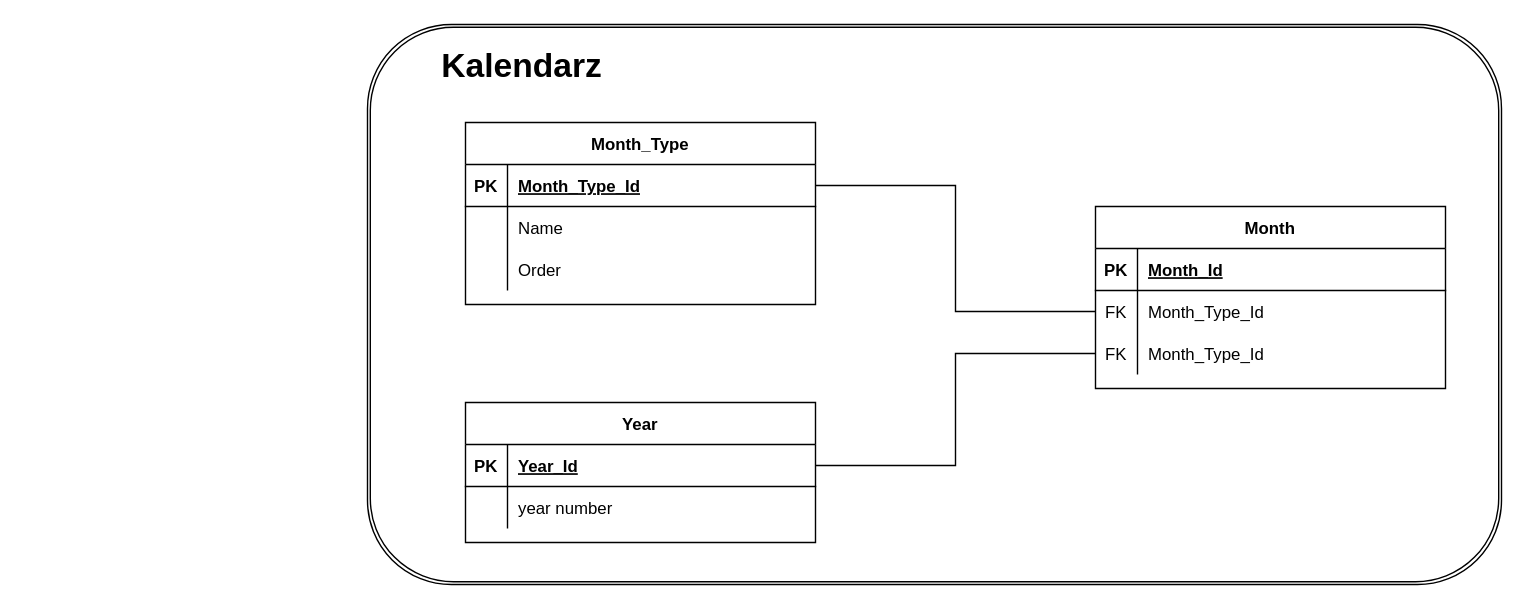
lacoste125/draws_io keeps this draw.io diagram as my_finances/Diagram bez tytułu.drawio. Above is the earlier version. Source tidied: cells renumbered, new cells numbered last; positions are measured from the earlier drawing's top-left corner, leaving out a move shared by most shapes. Both pictures are drawn from the tidied source at 140%, with x=0, y=0 at pixel (24, 24).
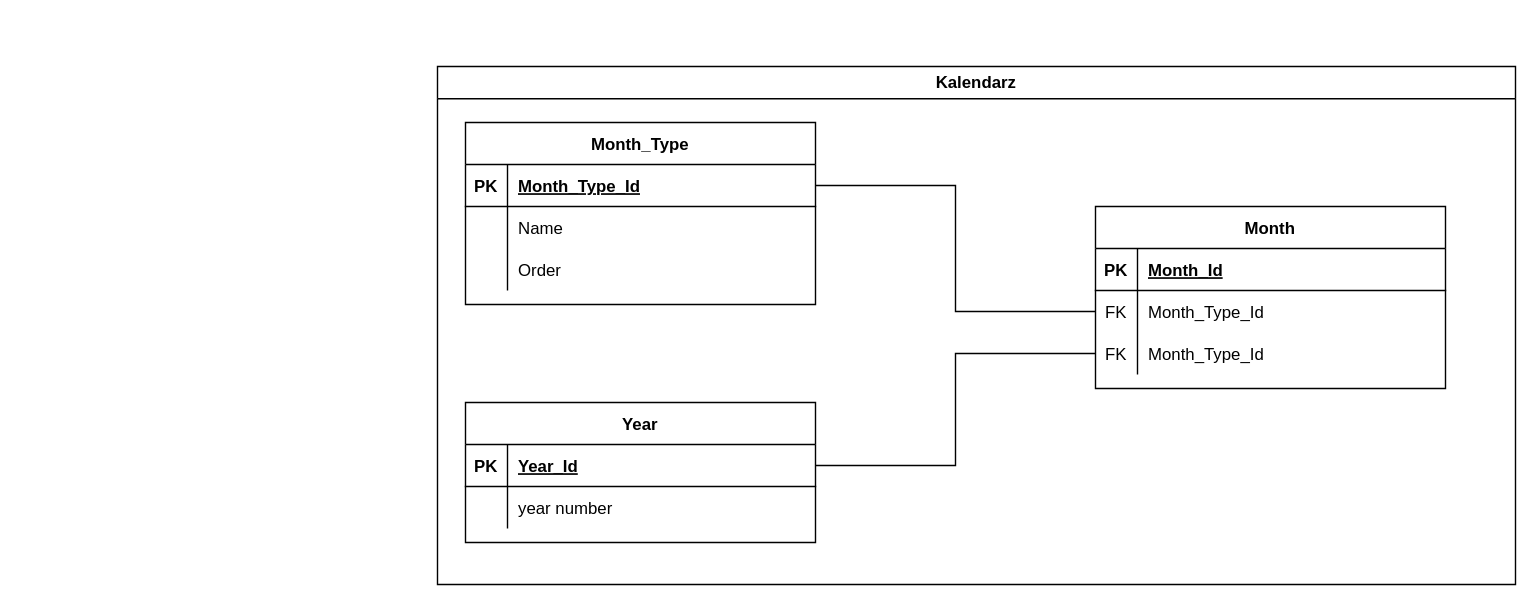
The same page after the edit.

Commit message:
Made 'kalendarz' category as Container

The edit, as a diff of the source:
```diff
@@
-    <mxCell id="31" style="shape=ext;double=1;rounded=1;whiteSpace=wrap;html=1;fillColor=none;" parent="1" vertex="1">
-      <mxGeometry x="245" width="810" height="400" as="geometry" />
-    </mxCell>
-    <mxCell id="32" value="Kalendarz" style="text;strokeColor=none;fillColor=none;html=1;fontSize=24;fontStyle=1;verticalAlign=middle;align=center;" parent="1" vertex="1">
-      <mxGeometry y="10" width="710" height="40" as="geometry" />
+    <mxCell id="32" value="Kalendarz" style="swimlane;whiteSpace=wrap;html=1;" parent="1" vertex="1">
+      <mxGeometry x="295" y="30" width="770" height="370" as="geometry" />
     </mxCell>
```
